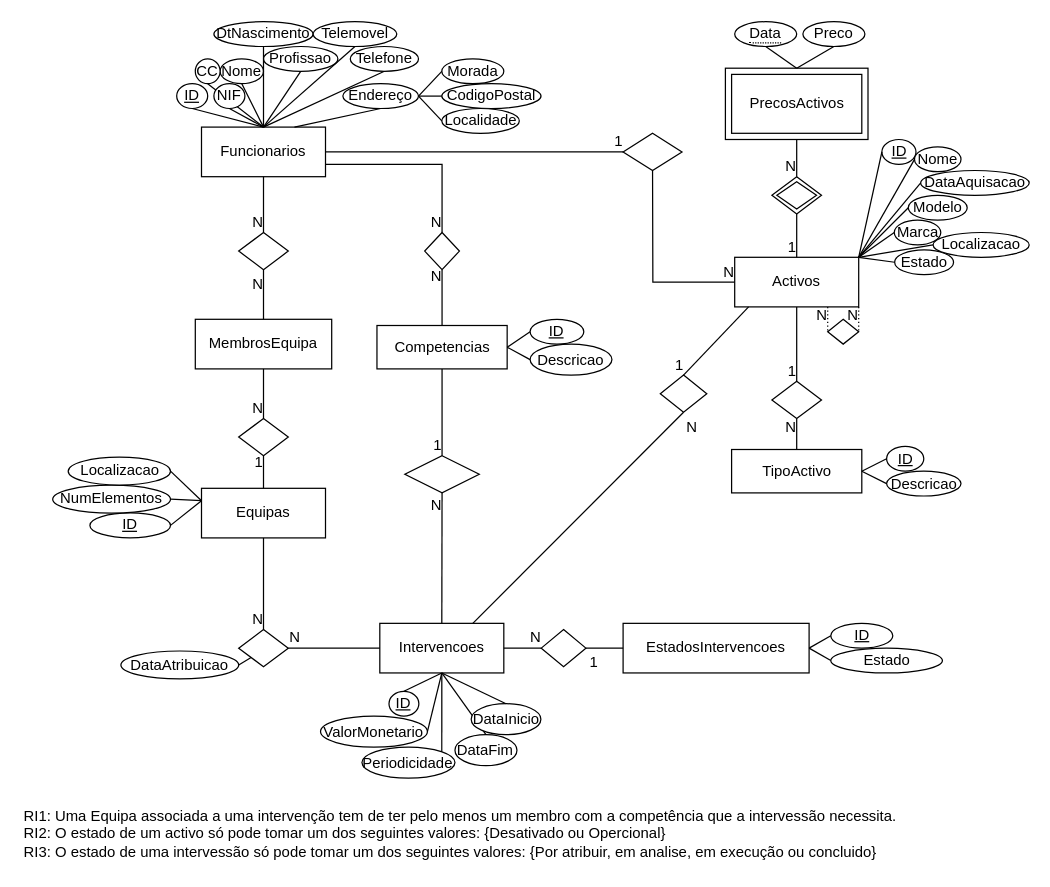
JLuzioS/SI2A keeps this draw.io diagram as Diagrama.drawio. Above is the earlier version. Source tidied: cells renumbered, new cells numbered last; positions are measured from the earlier drawing's top-left corner, leaving out a move shared by most shapes. Both pictures are drawn from the tidied source at 124%, with x=0, y=0 at pixel (21, 21).
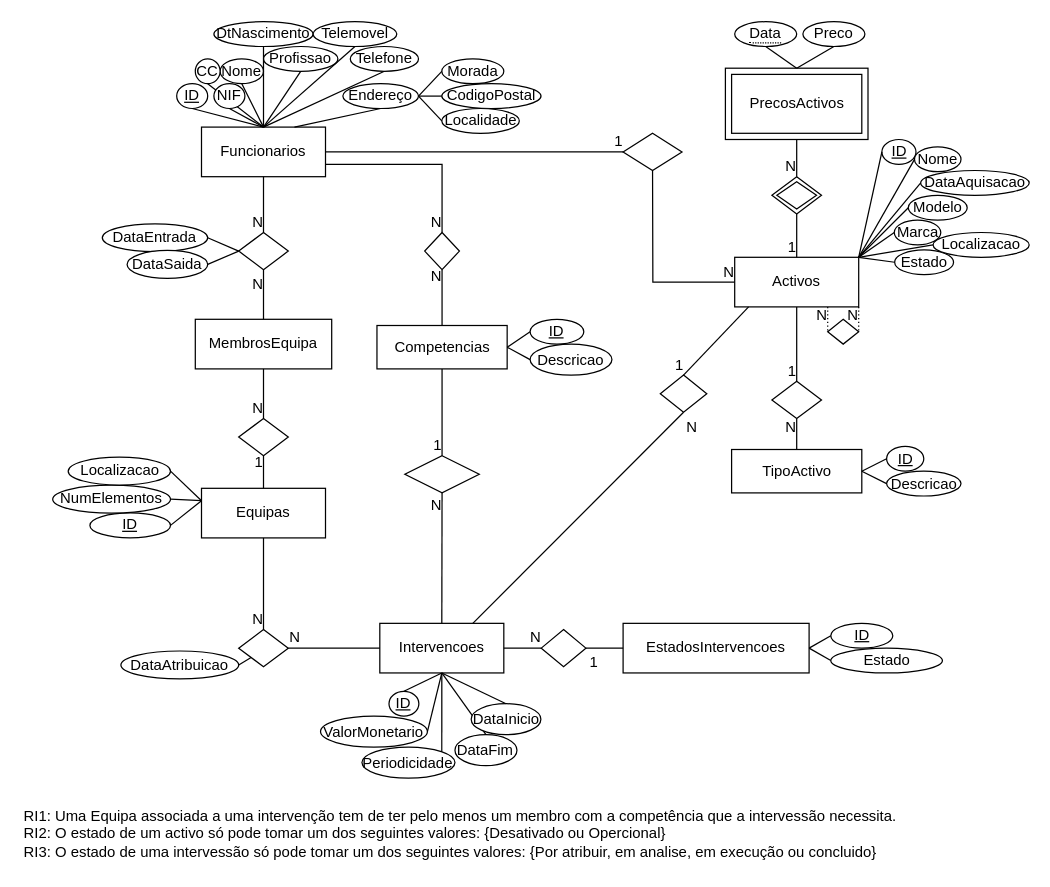
The same diagram, later.

Commit message:
feat: add dataEntrada and dataSaida to funcionario emmbrosEquipa relation

The change refers to these unchanged cells:
```xml
<mxCell id="114" style="shape=rhombus;perimeter=rhombusPerimeter;whiteSpace=wrap;html=1;align=center;" parent="1" vertex="1">
  <mxGeometry x="175" y="170" width="40" height="30" as="geometry" />
</mxCell>
```

Diff of the diagram source:
```diff
@@
+    <mxCell id="140" value="DataEntrada" style="ellipse;whiteSpace=wrap;html=1;align=center;" parent="1" vertex="1">
+      <mxGeometry x="65" y="163" width="85" height="22.5" as="geometry" />
+    </mxCell>
+    <mxCell id="141" value="DataSaida" style="ellipse;whiteSpace=wrap;html=1;align=center;" parent="1" vertex="1">
+      <mxGeometry x="85" y="184.5" width="65" height="22.5" as="geometry" />
+    </mxCell>
+    <mxCell id="142" style="endArrow=none;html=1;rounded=0;entryX=1;entryY=0.5;entryDx=0;entryDy=0;exitX=0;exitY=0.5;exitDx=0;exitDy=0;" parent="1" edge="1" source="114" target="140">
+      <mxGeometry relative="1" as="geometry" />
+    </mxCell>
+    <mxCell id="143" style="endArrow=none;html=1;rounded=0;entryX=1;entryY=0.5;entryDx=0;entryDy=0;exitX=0;exitY=0.5;exitDx=0;exitDy=0;" parent="1" edge="1" source="114" target="141">
+      <mxGeometry relative="1" as="geometry" />
+    </mxCell>
```
